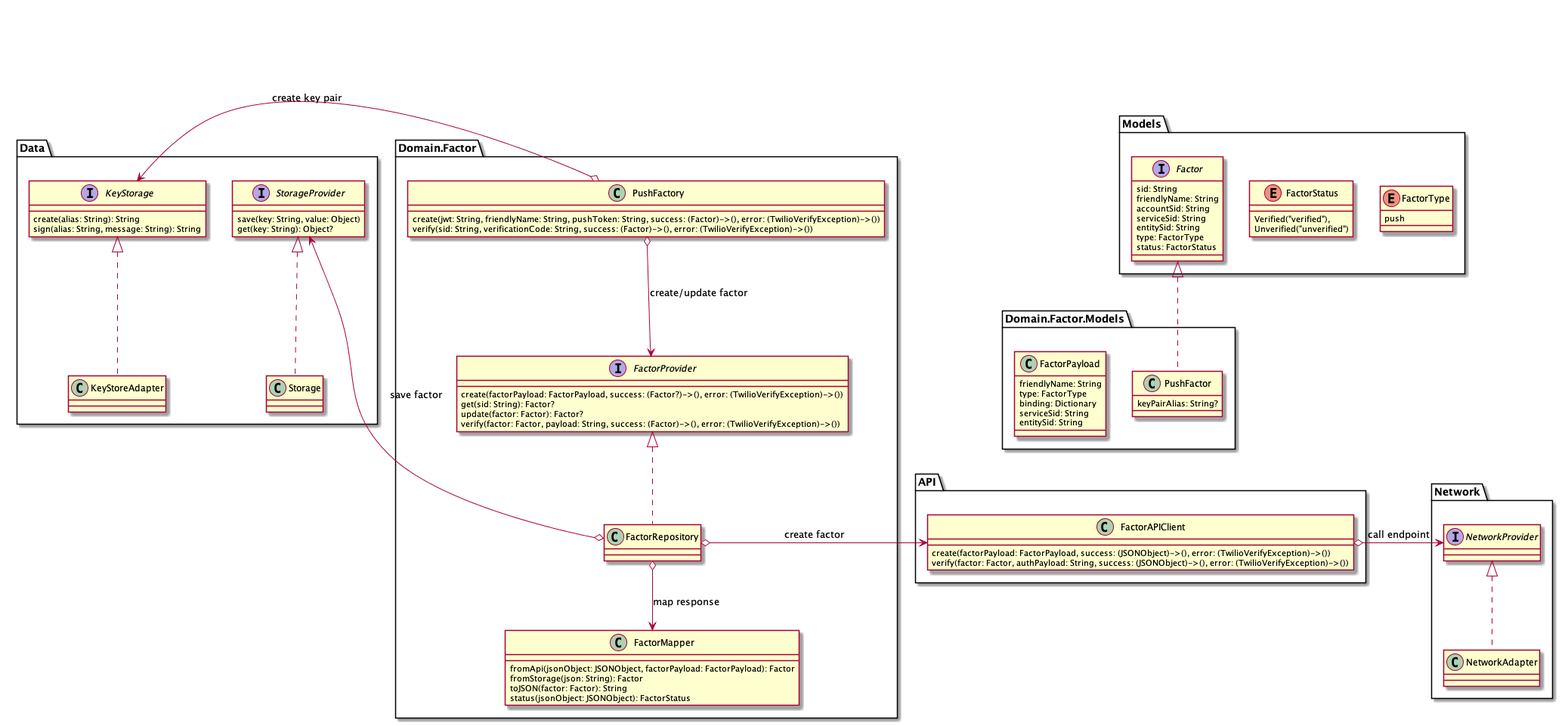
twilio/twilio-verify-android keeps this PlantUML diagram as diagrams/CreatePushFactor/Create push factor.png. Above is the earlier version.
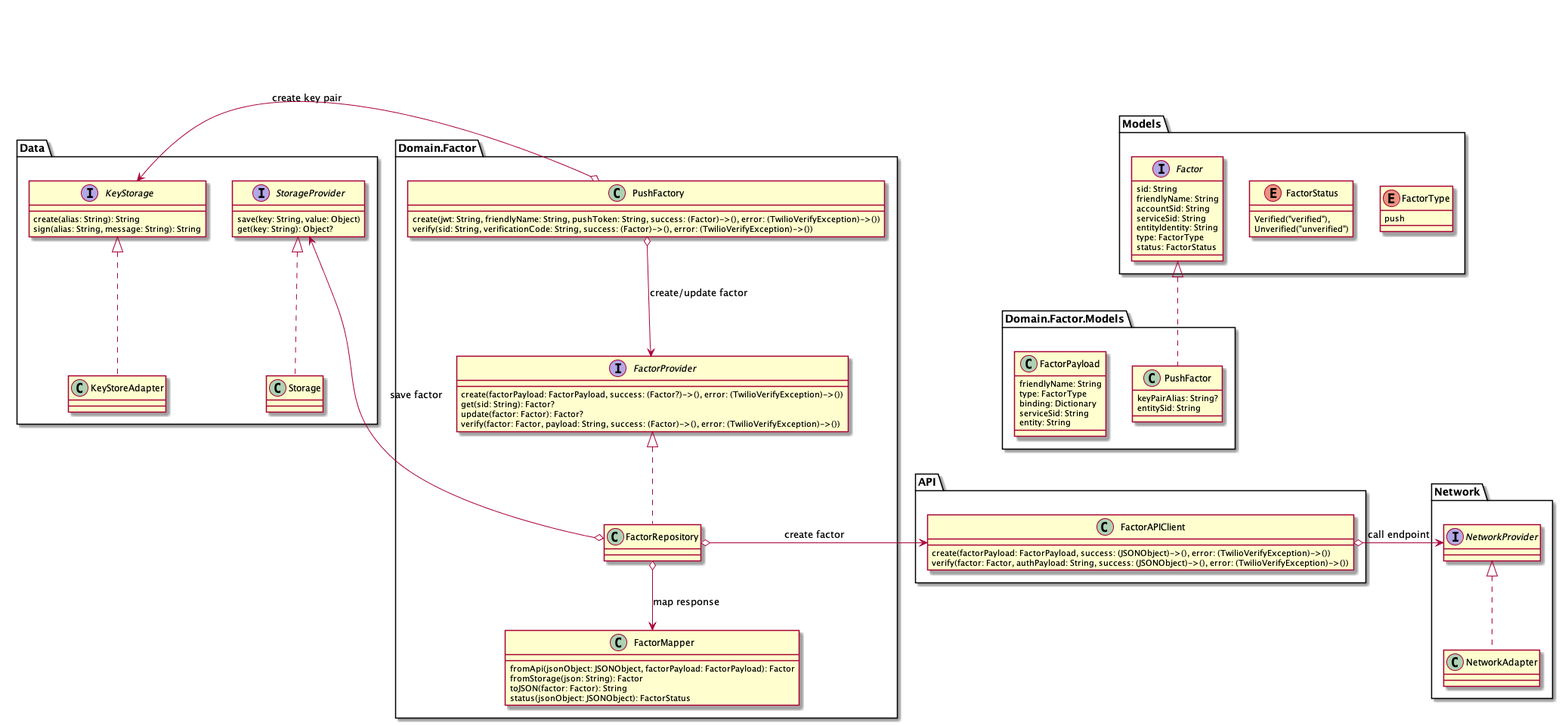
After the change.

What changed in the source:
```diff
@@ -11,19 +11,20 @@
     friendlyName: String
     accountSid: String
     serviceSid: String
-    entitySid: String
+    entityIdentity: String
     type: FactorType
     status: FactorStatus
 }
 class Domain.Factor.Models.PushFactor implements Models.Factor {
     keyPairAlias: String?
+    entitySid: String
 }
 class Domain.Factor.Models.FactorPayload {
     friendlyName: String
     type: FactorType
     binding: Dictionary
     serviceSid: String
-    entitySid: String
+    entity: String
 }
 class Domain.Factor.FactorMapper {
     fromApi(jsonObject: JSONObject, factorPayload: FactorPayload): Factor
```
